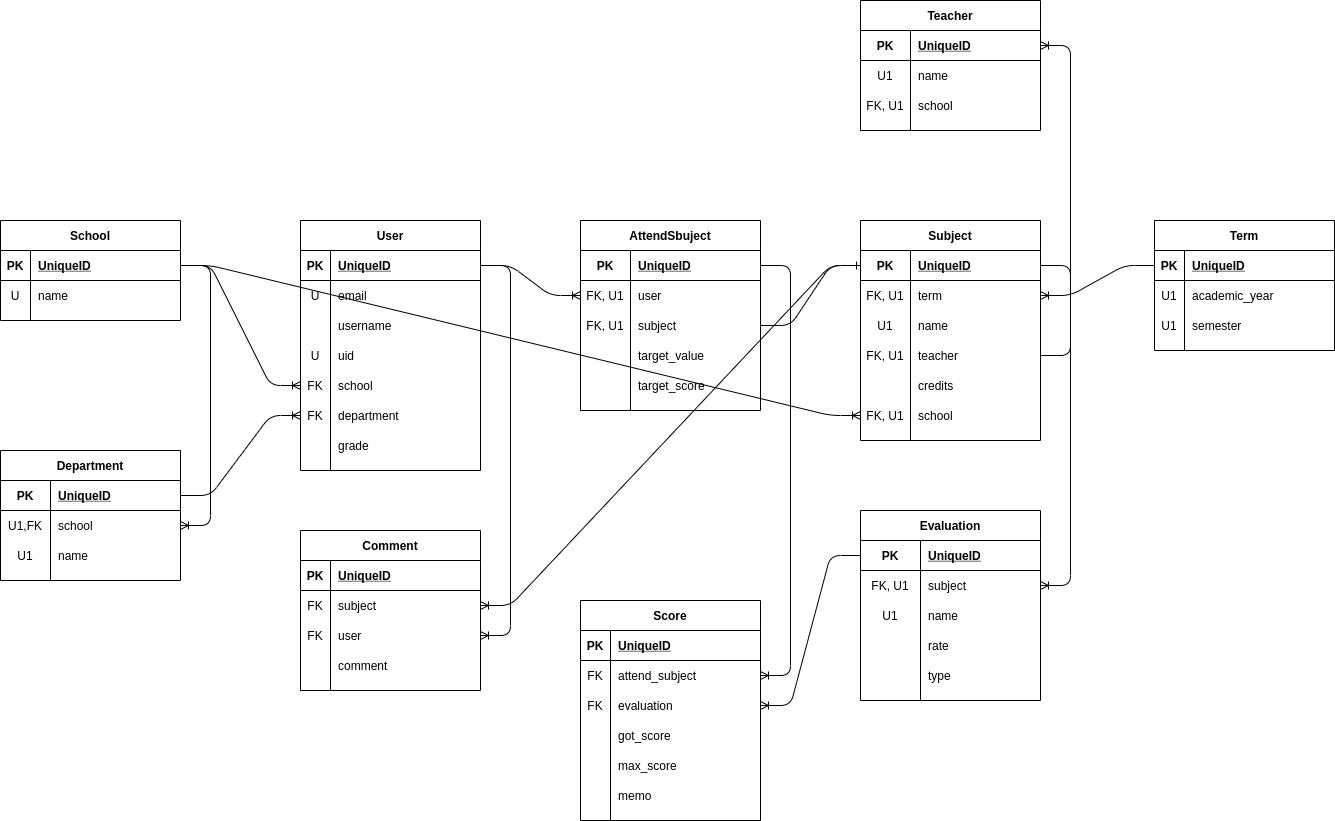
Earlier version of the draw.io export references/er.png (kathmandu777/Barifac). Source tidied: cells renumbered, new cells last; positions are measured from the earlier drawing's top-left corner, leaving out a move shared by most shapes.
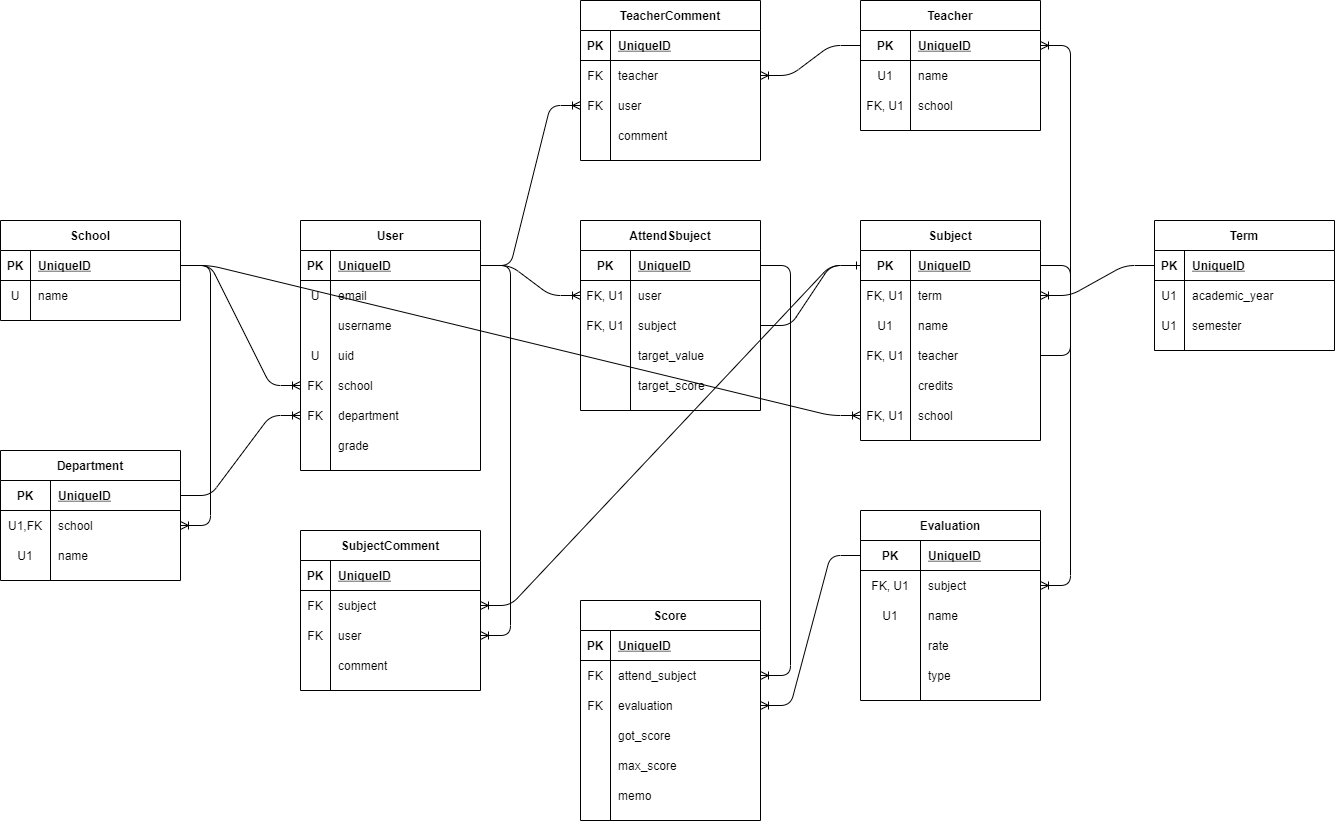
The same file after the commit.

Commit message:
fix: update comment model on er diagram #41

Change to the diagram source:
```diff
@@ -317,7 +317,7 @@
     <mxCell id="106" value="memo" style="shape=partialRectangle;fillColor=none;top=0;left=0;bottom=0;right=0;align=left;spacingLeft=6;overflow=hidden;" parent="104" vertex="1">
       <mxGeometry x="30" width="150" height="30" as="geometry" />
     </mxCell>
-    <mxCell id="107" value="Comment" style="shape=table;startSize=30;rowLines=0;fontStyle=1;align=center;" parent="1" vertex="1">
+    <mxCell id="107" value="SubjectComment" style="shape=table;startSize=30;rowLines=0;fontStyle=1;align=center;" parent="1" vertex="1">
       <mxGeometry x="300" y="530" width="180" height="160" as="geometry" />
     </mxCell>
     <mxCell id="108" style="shape=partialRectangle;fillColor=none;top=0;left=0;bottom=1;right=0;" parent="107" vertex="1">
@@ -467,5 +467,50 @@
     <mxCell id="156" style="edgeStyle=entityRelationEdgeStyle;fontSize=12;html=1;endArrow=ERoneToMany;exitX=1;exitY=0.5;exitDx=0;exitDy=0;" parent="1" edge="1" source="12" target="147">
       <mxGeometry relative="1" as="geometry" />
     </mxCell>
+    <mxCell id="157" value="TeacherComment" style="shape=table;startSize=30;rowLines=0;fontStyle=1;align=center;" parent="1" vertex="1">
+      <mxGeometry x="580" width="180" height="160" as="geometry" />
+    </mxCell>
+    <mxCell id="158" style="shape=partialRectangle;fillColor=none;top=0;left=0;bottom=1;right=0;" parent="157" vertex="1">
+      <mxGeometry y="30" width="180" height="30" as="geometry" />
+    </mxCell>
+    <mxCell id="159" value="PK" style="shape=partialRectangle;fillColor=none;top=0;left=0;bottom=0;right=0;fontStyle=1;overflow=hidden;" parent="158" vertex="1">
+      <mxGeometry width="30" height="30" as="geometry" />
+    </mxCell>
+    <mxCell id="160" value="UniqueID" style="shape=partialRectangle;fillColor=none;top=0;left=0;bottom=0;right=0;align=left;spacingLeft=6;fontStyle=5;overflow=hidden;" parent="158" vertex="1">
+      <mxGeometry x="30" width="150" height="30" as="geometry" />
+    </mxCell>
+    <mxCell id="161" style="shape=partialRectangle;fillColor=none;top=0;left=0;bottom=0;right=0;points=[[0,0.5],[1,0.5]];portConstraint=eastwest;" parent="157" vertex="1">
+      <mxGeometry y="60" width="180" height="30" as="geometry" />
+    </mxCell>
+    <mxCell id="162" value="FK" style="shape=partialRectangle;fillColor=none;top=0;left=0;bottom=0;right=0;overflow=hidden;" parent="161" vertex="1">
+      <mxGeometry width="30" height="30" as="geometry" />
+    </mxCell>
+    <mxCell id="163" value="teacher" style="shape=partialRectangle;fillColor=none;top=0;left=0;bottom=0;right=0;align=left;spacingLeft=6;overflow=hidden;" parent="161" vertex="1">
+      <mxGeometry x="30" width="150" height="30" as="geometry" />
+    </mxCell>
+    <mxCell id="164" style="shape=partialRectangle;fillColor=none;top=0;left=0;bottom=0;right=0;points=[[0,0.5],[1,0.5]];portConstraint=eastwest;" parent="157" vertex="1">
+      <mxGeometry y="90" width="180" height="30" as="geometry" />
+    </mxCell>
+    <mxCell id="165" value="FK" style="shape=partialRectangle;fillColor=none;top=0;left=0;bottom=0;right=0;overflow=hidden;" parent="164" vertex="1">
+      <mxGeometry width="30" height="30" as="geometry" />
+    </mxCell>
+    <mxCell id="166" value="user" style="shape=partialRectangle;fillColor=none;top=0;left=0;bottom=0;right=0;align=left;spacingLeft=6;overflow=hidden;" parent="164" vertex="1">
+      <mxGeometry x="30" width="150" height="30" as="geometry" />
+    </mxCell>
+    <mxCell id="167" style="shape=partialRectangle;fillColor=none;top=0;left=0;bottom=0;right=0;" parent="157" vertex="1">
+      <mxGeometry y="120" width="180" height="30" as="geometry" />
+    </mxCell>
+    <mxCell id="168" style="shape=partialRectangle;fillColor=none;top=0;left=0;bottom=0;right=0;overflow=hidden;" parent="167" vertex="1">
+      <mxGeometry width="30" height="30" as="geometry" />
+    </mxCell>
+    <mxCell id="169" value="comment" style="shape=partialRectangle;fillColor=none;top=0;left=0;bottom=0;right=0;align=left;spacingLeft=6;overflow=hidden;" parent="167" vertex="1">
+      <mxGeometry x="30" width="150" height="30" as="geometry" />
+    </mxCell>
+    <mxCell id="170" style="edgeStyle=entityRelationEdgeStyle;fontSize=12;html=1;endArrow=ERoneToMany;exitX=0;exitY=0.5;exitDx=0;exitDy=0;entryX=1;entryY=0.5;entryDx=0;entryDy=0;" parent="1" edge="1" source="147" target="161">
+      <mxGeometry relative="1" as="geometry" />
+    </mxCell>
+    <mxCell id="171" style="edgeStyle=entityRelationEdgeStyle;fontSize=12;html=1;endArrow=ERoneToMany;exitX=1;exitY=0.5;exitDx=0;exitDy=0;entryX=0;entryY=0.5;entryDx=0;entryDy=0;" parent="1" edge="1" source="33" target="164">
+      <mxGeometry relative="1" as="geometry" />
+    </mxCell>
   </root>
 </mxGraphModel>
```
